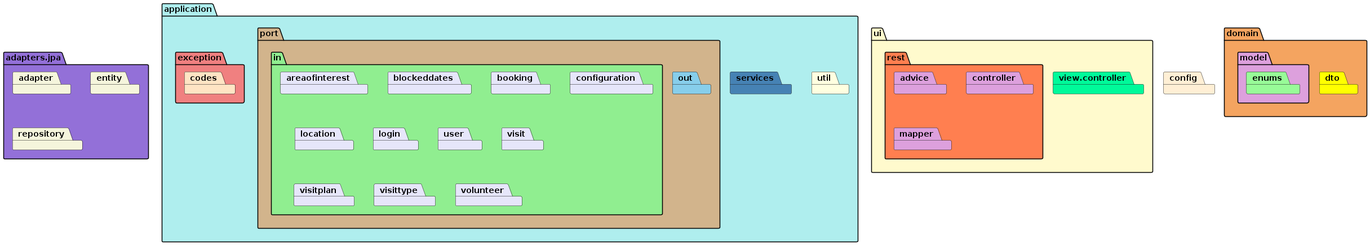
LDolzanelli/progettoIngegneria keeps this PlantUML diagram as doc/Presentazione/Diagramma_package/package_diagram.png. Above is the earlier version. Source of this version:
```plantuml
@startuml
set separator none

package "adapters.jpa" #mediumpurple {
	package "adapter" #beige
	package "entity" #beige
	package "repository" #beige
}

package "application"  #paleturquoise {
	package "exception" #lightcoral {
		package "codes" #bisque
	}

	package "port" #tan {
		package "in" #lightgreen {
			package "areaofinterest" #lavender
			package "blockeddates" #lavender
			package "booking" #lavender
			package "configuration" #lavender
			package "location" #lavender
			package "login" #lavender
			package "user" #lavender
			package "visit" #lavender
			package "visitplan" #lavender
			package "visittype" #lavender
			package "volunteer" #lavender
		}

		package "out" #skyblue
	}
		package "services" #steelblue
		package "util" #lightyellow
}

package "config" #papayawhip

package "domain" #sandybrown {
	package "dto" #yellow
	package "model" #plum {
		package "enums" #palegreen
	}
}

package "ui" #lemonchiffon {
	package "rest" #coral {
		package "advice" #plum
		package "controller" #plum
		package "mapper" #plum
	}
	package "view.controller" #mediumspringgreen
}
@enduml
```
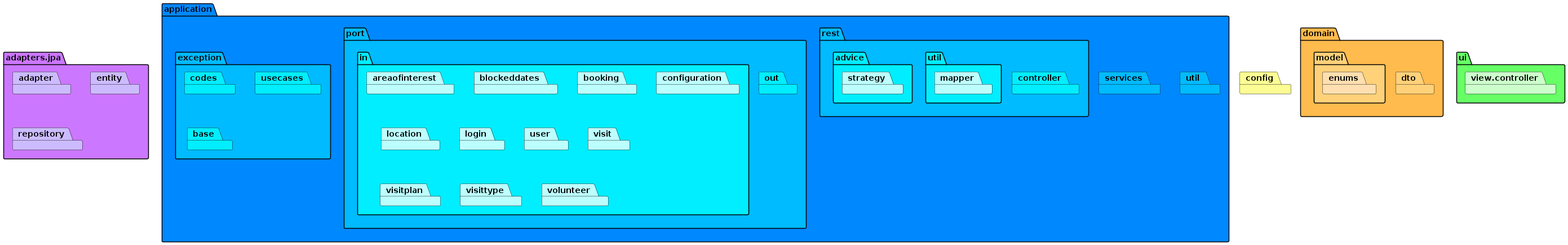
The same file after the commit.

The edit, as a diff of the source:
```diff
@@ -1,53 +1,65 @@
 @startuml
 set separator none
 
-package "adapters.jpa" #mediumpurple {
-	package "adapter" #beige
-	package "entity" #beige
-	package "repository" #beige
+package "adapters.jpa" #cc77ff {
+	package "adapter" #ccbbff
+	package "entity" #ccbbff
+	package "repository" #ccbbff
 }
 
-package "application"  #paleturquoise {
-	package "exception" #lightcoral {
-		package "codes" #bisque
+package "application" #0088ff {
+
+  package "exception" #00bbff {
+		package "codes" #00eeff
+    package "usecases" #00eeff
+    package "base" #00eeff
 	}
 
-	package "port" #tan {
-		package "in" #lightgreen {
-			package "areaofinterest" #lavender
-			package "blockeddates" #lavender
-			package "booking" #lavender
-			package "configuration" #lavender
-			package "location" #lavender
-			package "login" #lavender
-			package "user" #lavender
-			package "visit" #lavender
-			package "visitplan" #lavender
-			package "visittype" #lavender
-			package "volunteer" #lavender
+	package "port" #00bbff {
+		package "in" #00eeff {
+			package "areaofinterest" #bcffff
+			package "blockeddates" #bcffff
+			package "booking" #bcffff
+			package "configuration" #bcffff
+			package "location" #bcffff
+			package "login" #bcffff
+			package "user" #bcffff
+			package "visit" #bcffff
+			package "visitplan" #bcffff
+			package "visittype" #bcffff
+			package "volunteer" #bcffff
 		}
 
-		package "out" #skyblue
+		package "out" #00eeff
 	}
-		package "services" #steelblue
-		package "util" #lightyellow
+
+    package "services" #00bbff
+
+    package "rest" #00bbff {
+		  package "advice" #00eeff {
+        package "strategy" #bcffff
+      }
+		  package "controller" #00eeff
+
+      package "util" #00eeff {
+        package "mapper" #bcffff
+      }
+	}
+
+  package "util " #00bbff
+
 }
 
-package "config" #papayawhip
+package "config" #fbfc93
 
-package "domain" #sandybrown {
-	package "dto" #yellow
-	package "model" #plum {
-		package "enums" #palegreen
+package "domain" #ffbb4d {
+	package "dto" #ffd179
+	package "model" #ffd179 {
+		package "enums" #ffdfb0
 	}
 }
 
-package "ui" #lemonchiffon {
-	package "rest" #coral {
-		package "advice" #plum
-		package "controller" #plum
-		package "mapper" #plum
-	}
-	package "view.controller" #mediumspringgreen
+package "ui" #66ff66 {
+	package "view.controller" #ccffcc
 }
 @enduml
```
